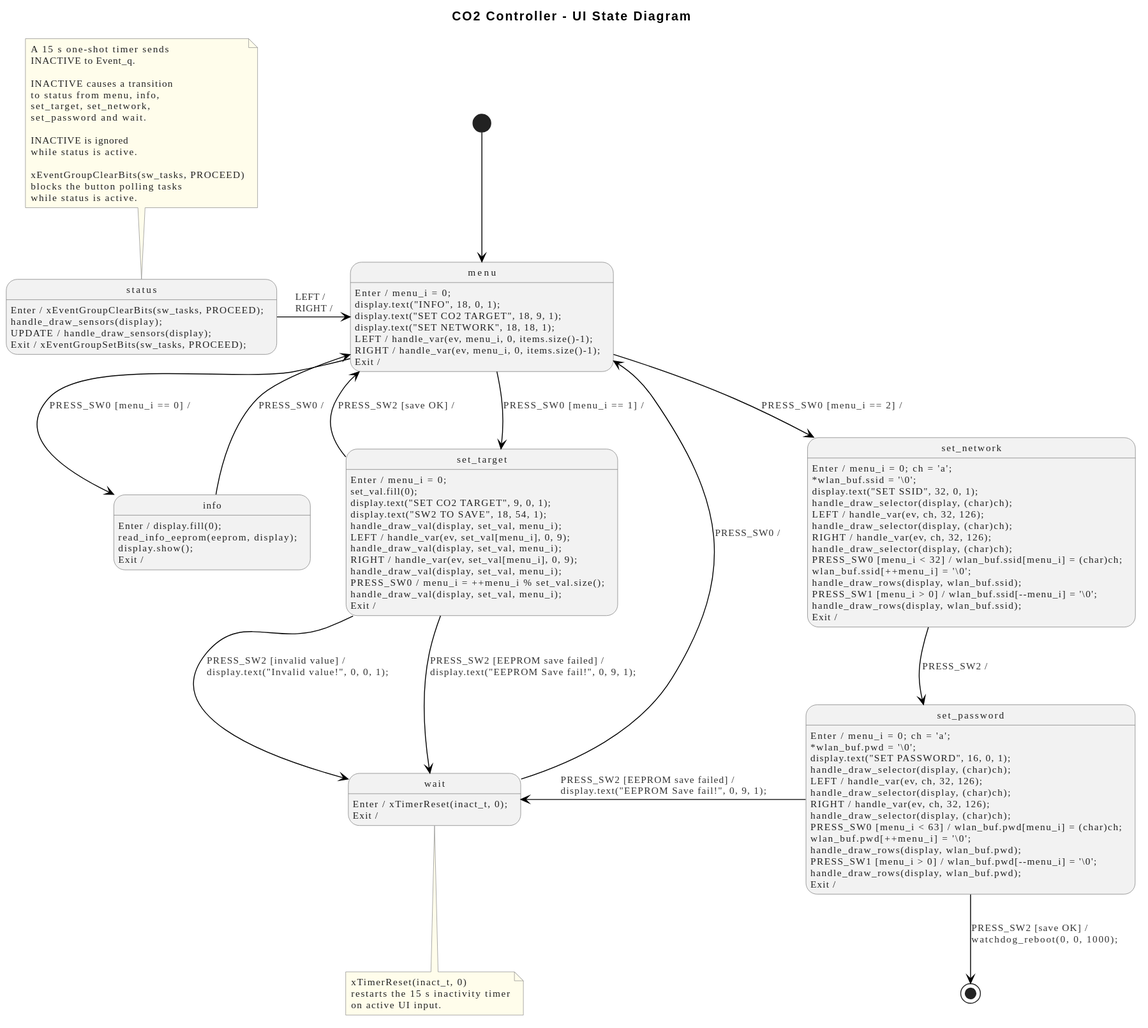
aleksanteril/YetAnotherGreenhouseController keeps this PlantUML diagram as diagrams/out/UI_state_diagram/UI_state_diagram.svg. Above is the earlier version. Its diagram source:
```plantuml
@startuml
!theme reddress-lightgreen

title CO2 Controller - UI State Diagram

top to bottom direction

skinparam shadowing false
skinparam nodesep 40
skinparam ranksep 60
skinparam ArrowThickness 1
skinparam defaultTextAlignment left

skinparam state {
    BackgroundColor #F2F2F2
    BorderColor #777777
    FontColor #222222
}

skinparam note {
    BackgroundColor #FFFDEB
    BorderColor #888888
    FontColor #222222
}



state status
status : Enter / xEventGroupClearBits(sw_tasks, PROCEED);\nhandle_draw_sensors(display);
status : UPDATE / handle_draw_sensors(display);
status : Exit / xEventGroupSetBits(sw_tasks, PROCEED);

state menu
menu : Enter / menu_i = 0;\ndisplay.text("INFO", 18, 0, 1);\ndisplay.text("SET CO2 TARGET", 18, 9, 1);\ndisplay.text("SET NETWORK", 18, 18, 1);
menu : LEFT / handle_var(ev, menu_i, 0, items.size()-1);
menu : RIGHT / handle_var(ev, menu_i, 0, items.size()-1);
menu : Exit /

state info
info : Enter / display.fill(0);\nread_info_eeprom(eeprom, display);\ndisplay.show();
info : Exit /

state set_target
set_target : Enter / menu_i = 0;\nset_val.fill(0);\ndisplay.text("SET CO2 TARGET", 9, 0, 1);\ndisplay.text("SW2 TO SAVE", 18, 54, 1);\nhandle_draw_val(display, set_val, menu_i);
set_target : LEFT / handle_var(ev, set_val[menu_i], 0, 9);\nhandle_draw_val(display, set_val, menu_i);
set_target : RIGHT / handle_var(ev, set_val[menu_i], 0, 9);\nhandle_draw_val(display, set_val, menu_i);
set_target : PRESS_SW0 / menu_i = ++menu_i % set_val.size();\nhandle_draw_val(display, set_val, menu_i);
set_target : Exit /

state set_network
set_network : Enter / menu_i = 0; ch = 'a';\n~*wlan_buf.ssid = '\\0';\ndisplay.text("SET SSID", 32, 0, 1);\nhandle_draw_selector(display, (char)ch);
set_network : LEFT / handle_var(ev, ch, 32, 126);\nhandle_draw_selector(display, (char)ch);
set_network : RIGHT / handle_var(ev, ch, 32, 126);\nhandle_draw_selector(display, (char)ch);
set_network : PRESS_SW0 [menu_i < 32] / wlan_buf.ssid[menu_i] = (char)ch;\nwlan_buf.ssid[++menu_i] = '\\0';\nhandle_draw_rows(display, wlan_buf.ssid);
set_network : PRESS_SW1 [menu_i > 0] / wlan_buf.ssid[--menu_i] = '\\0';\nhandle_draw_rows(display, wlan_buf.ssid);
set_network : Exit /

state set_password
set_password : Enter / menu_i = 0; ch = 'a';\n~*wlan_buf.pwd = '\\0';\ndisplay.text("SET PASSWORD", 16, 0, 1);\nhandle_draw_selector(display, (char)ch);
set_password : LEFT / handle_var(ev, ch, 32, 126);\nhandle_draw_selector(display, (char)ch);
set_password : RIGHT / handle_var(ev, ch, 32, 126);\nhandle_draw_selector(display, (char)ch);
set_password : PRESS_SW0 [menu_i < 63] / wlan_buf.pwd[menu_i] = (char)ch;\nwlan_buf.pwd[++menu_i] = '\\0';\nhandle_draw_rows(display, wlan_buf.pwd);
set_password : PRESS_SW1 [menu_i > 0] / wlan_buf.pwd[--menu_i] = '\\0';\nhandle_draw_rows(display, wlan_buf.pwd);
set_password : Exit /

state wait
wait : Enter / xTimerReset(inact_t, 0);
wait : Exit /



[*] -down-> menu



menu -left-> info : PRESS_SW0 [menu_i == 0] /

menu -down-> set_target : PRESS_SW0 [menu_i == 1] /

menu -right-> set_network : PRESS_SW0 [menu_i == 2] /



info -up-> menu : PRESS_SW0 /



set_target -up-> menu : PRESS_SW2 [save OK] /

set_target -down-> wait : PRESS_SW2 [invalid value] /\ndisplay.text("Invalid value!", 0, 0, 1);

set_target -down-> wait : PRESS_SW2 [EEPROM save failed] /\ndisplay.text("EEPROM Save fail!", 0, 9, 1);



set_network --> set_password : PRESS_SW2 /

set_password -[norank]----> wait : PRESS_SW2 [EEPROM save failed] /\ndisplay.text("EEPROM Save fail!", 0, 9, 1);

set_password --> [*] : PRESS_SW2 [save OK] /\nwatchdog_reboot(0, 0, 1000);



wait --> menu : PRESS_SW0 /



status -right-> menu : LEFT /\nRIGHT /



status -[hidden]right-> menu

info -[hidden]right-> set_target
set_target -[hidden]right-> set_network

menu -[hidden]down-> set_target

set_target -[hidden]down-> wait
set_network -[hidden]down-> set_password



note top of status
A 15 s one-shot timer sends
INACTIVE to Event_q.

INACTIVE causes a transition
to status from menu, info,
set_target, set_network,
set_password and wait.

INACTIVE is ignored
while status is active.

xEventGroupClearBits(sw_tasks, PROCEED)
blocks the button polling tasks
while status is active.
end note

note bottom of wait
xTimerReset(inact_t, 0)
restarts the 15 s inactivity timer
on active UI input.
end note
@enduml
```
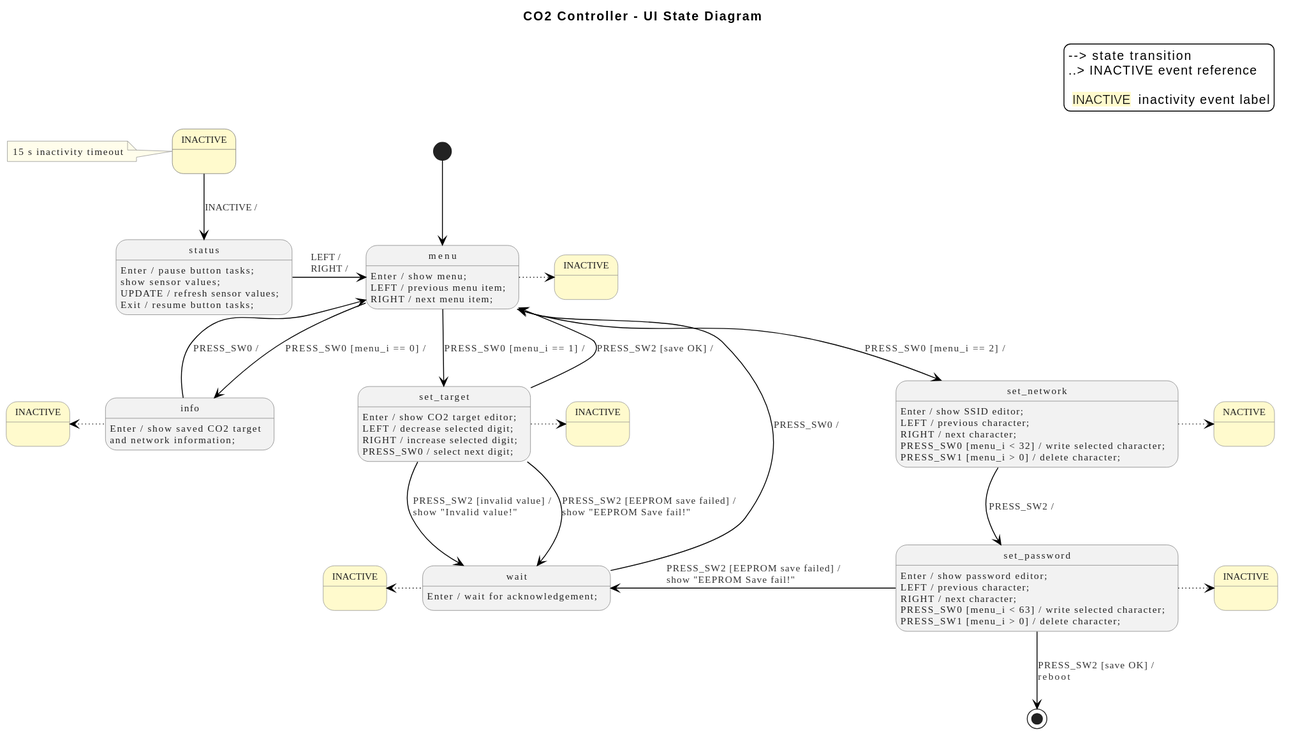
The same file after the commit.

Commit message:
simplified UI state diagram and added INACTIVE labels

Diff of the diagram source:
```diff
@@ -11,10 +11,20 @@
 skinparam ArrowThickness 1
 skinparam defaultTextAlignment left
 
+hide stereotype
+
 skinparam state {
     BackgroundColor #F2F2F2
     BorderColor #777777
     FontColor #222222
+
+    BackgroundColor<<netlabel>> #FFFACD
+    BorderColor<<netlabel>> #888888
+    FontColor<<netlabel>> #222222
+
+    BackgroundColor<<eventheader>> #FFFACD
+    BorderColor<<eventheader>> #666666
+    FontColor<<eventheader>> #222222
 }
 
 skinparam note {
@@ -26,46 +36,69 @@
 
 
 state status
-status : Enter / xEventGroupClearBits(sw_tasks, PROCEED);\nhandle_draw_sensors(display);
-status : UPDATE / handle_draw_sensors(display);
-status : Exit / xEventGroupSetBits(sw_tasks, PROCEED);
+status : Enter / pause button tasks;\nshow sensor values;
+status : UPDATE / refresh sensor values;
+status : Exit / resume button tasks;
 
 state menu
-menu : Enter / menu_i = 0;\ndisplay.text("INFO", 18, 0, 1);\ndisplay.text("SET CO2 TARGET", 18, 9, 1);\ndisplay.text("SET NETWORK", 18, 18, 1);
-menu : LEFT / handle_var(ev, menu_i, 0, items.size()-1);
-menu : RIGHT / handle_var(ev, menu_i, 0, items.size()-1);
-menu : Exit /
+menu : Enter / show menu;
+menu : LEFT / previous menu item;
+menu : RIGHT / next menu item;
 
 state info
-info : Enter / display.fill(0);\nread_info_eeprom(eeprom, display);\ndisplay.show();
-info : Exit /
+info : Enter / show saved CO2 target\nand network information;
 
 state set_target
-set_target : Enter / menu_i = 0;\nset_val.fill(0);\ndisplay.text("SET CO2 TARGET", 9, 0, 1);\ndisplay.text("SW2 TO SAVE", 18, 54, 1);\nhandle_draw_val(display, set_val, menu_i);
-set_target : LEFT / handle_var(ev, set_val[menu_i], 0, 9);\nhandle_draw_val(display, set_val, menu_i);
-set_target : RIGHT / handle_var(ev, set_val[menu_i], 0, 9);\nhandle_draw_val(display, set_val, menu_i);
-set_target : PRESS_SW0 / menu_i = ++menu_i % set_val.size();\nhandle_draw_val(display, set_val, menu_i);
-set_target : Exit /
+set_target : Enter / show CO2 target editor;
+set_target : LEFT / decrease selected digit;
+set_target : RIGHT / increase selected digit;
+set_target : PRESS_SW0 / select next digit;
 
 state set_network
-set_network : Enter / menu_i = 0; ch = 'a';\n~*wlan_buf.ssid = '\\0';\ndisplay.text("SET SSID", 32, 0, 1);\nhandle_draw_selector(display, (char)ch);
-set_network : LEFT / handle_var(ev, ch, 32, 126);\nhandle_draw_selector(display, (char)ch);
-set_network : RIGHT / handle_var(ev, ch, 32, 126);\nhandle_draw_selector(display, (char)ch);
-set_network : PRESS_SW0 [menu_i < 32] / wlan_buf.ssid[menu_i] = (char)ch;\nwlan_buf.ssid[++menu_i] = '\\0';\nhandle_draw_rows(display, wlan_buf.ssid);
-set_network : PRESS_SW1 [menu_i > 0] / wlan_buf.ssid[--menu_i] = '\\0';\nhandle_draw_rows(display, wlan_buf.ssid);
-set_network : Exit /
+set_network : Enter / show SSID editor;
+set_network : LEFT / previous character;
+set_network : RIGHT / next character;
+set_network : PRESS_SW0 [menu_i < 32] / write selected character;
+set_network : PRESS_SW1 [menu_i > 0] / delete character;
 
 state set_password
-set_password : Enter / menu_i = 0; ch = 'a';\n~*wlan_buf.pwd = '\\0';\ndisplay.text("SET PASSWORD", 16, 0, 1);\nhandle_draw_selector(display, (char)ch);
-set_password : LEFT / handle_var(ev, ch, 32, 126);\nhandle_draw_selector(display, (char)ch);
-set_password : RIGHT / handle_var(ev, ch, 32, 126);\nhandle_draw_selector(display, (char)ch);
-set_password : PRESS_SW0 [menu_i < 63] / wlan_buf.pwd[menu_i] = (char)ch;\nwlan_buf.pwd[++menu_i] = '\\0';\nhandle_draw_rows(display, wlan_buf.pwd);
-set_password : PRESS_SW1 [menu_i > 0] / wlan_buf.pwd[--menu_i] = '\\0';\nhandle_draw_rows(display, wlan_buf.pwd);
-set_password : Exit /
+set_password : Enter / show password editor;
+set_password : LEFT / previous character;
+set_password : RIGHT / next character;
+set_password : PRESS_SW0 [menu_i < 63] / write selected character;
+set_password : PRESS_SW1 [menu_i > 0] / delete character;
 
 state wait
-wait : Enter / xTimerReset(inact_t, 0);
-wait : Exit /
+wait : Enter / wait for acknowledgement;
+
+
+
+state "INACTIVE" as inactive_status <<eventheader>>
+
+state "INACTIVE" as inactive_menu <<netlabel>>
+state "INACTIVE" as inactive_info <<netlabel>>
+state "INACTIVE" as inactive_target <<netlabel>>
+state "NACTIVE" as inactive_network <<netlabel>>
+state "INACTIVE" as inactive_password <<netlabel>>
+state "INACTIVE" as inactive_wait <<netlabel>>
+
+inactive_status -down-> status : INACTIVE /
+
+menu -right[dotted]-> inactive_menu
+
+info -left[dotted]-> inactive_info
+
+set_target -right[dotted]-> inactive_target
+
+set_network -right[dotted]-> inactive_network
+
+set_password -right[dotted]-> inactive_password
+
+wait -left[dotted]-> inactive_wait
+
+note left of inactive_status
+15 s inactivity timeout
+end note
 
 
 
@@ -87,17 +120,17 @@
 
 set_target -up-> menu : PRESS_SW2 [save OK] /
 
-set_target -down-> wait : PRESS_SW2 [invalid value] /\ndisplay.text("Invalid value!", 0, 0, 1);
+set_target -down-> wait : PRESS_SW2 [invalid value] /\nshow "Invalid value!"
 
-set_target -down-> wait : PRESS_SW2 [EEPROM save failed] /\ndisplay.text("EEPROM Save fail!", 0, 9, 1);
+set_target -down-> wait : PRESS_SW2 [EEPROM save failed] /\nshow "EEPROM Save fail!"
 
 
 
 set_network --> set_password : PRESS_SW2 /
 
-set_password -[norank]----> wait : PRESS_SW2 [EEPROM save failed] /\ndisplay.text("EEPROM Save fail!", 0, 9, 1);
+set_password -[norank]----> wait : PRESS_SW2 [EEPROM save failed] /\nshow "EEPROM Save fail!"
 
-set_password --> [*] : PRESS_SW2 [save OK] /\nwatchdog_reboot(0, 0, 1000);
+set_password -down-> [*] : PRESS_SW2 [save OK] /\nreboot
 
 
 
@@ -114,33 +147,18 @@
 info -[hidden]right-> set_target
 set_target -[hidden]right-> set_network
 
+status -[hidden]down-> info
 menu -[hidden]down-> set_target
 
 set_target -[hidden]down-> wait
 set_network -[hidden]down-> set_password
 
+wait -[hidden]right-> set_password
 
+legend top right
+  -->  state transition
+  ..>  INACTIVE event reference
 
-note top of status
-A 15 s one-shot timer sends
-INACTIVE to Event_q.
-
-INACTIVE causes a transition
-to status from menu, info,
-set_target, set_network,
-set_password and wait.
-
-INACTIVE is ignored
-while status is active.
-
-xEventGroupClearBits(sw_tasks, PROCEED)
-blocks the button polling tasks
-while status is active.
-end note
-
-note bottom of wait
-xTimerReset(inact_t, 0)
-restarts the 15 s inactivity timer
-on active UI input.
-end note
+  <back:#FFFACD> INACTIVE </back> inactivity event label
+endlegend
 @enduml
```
